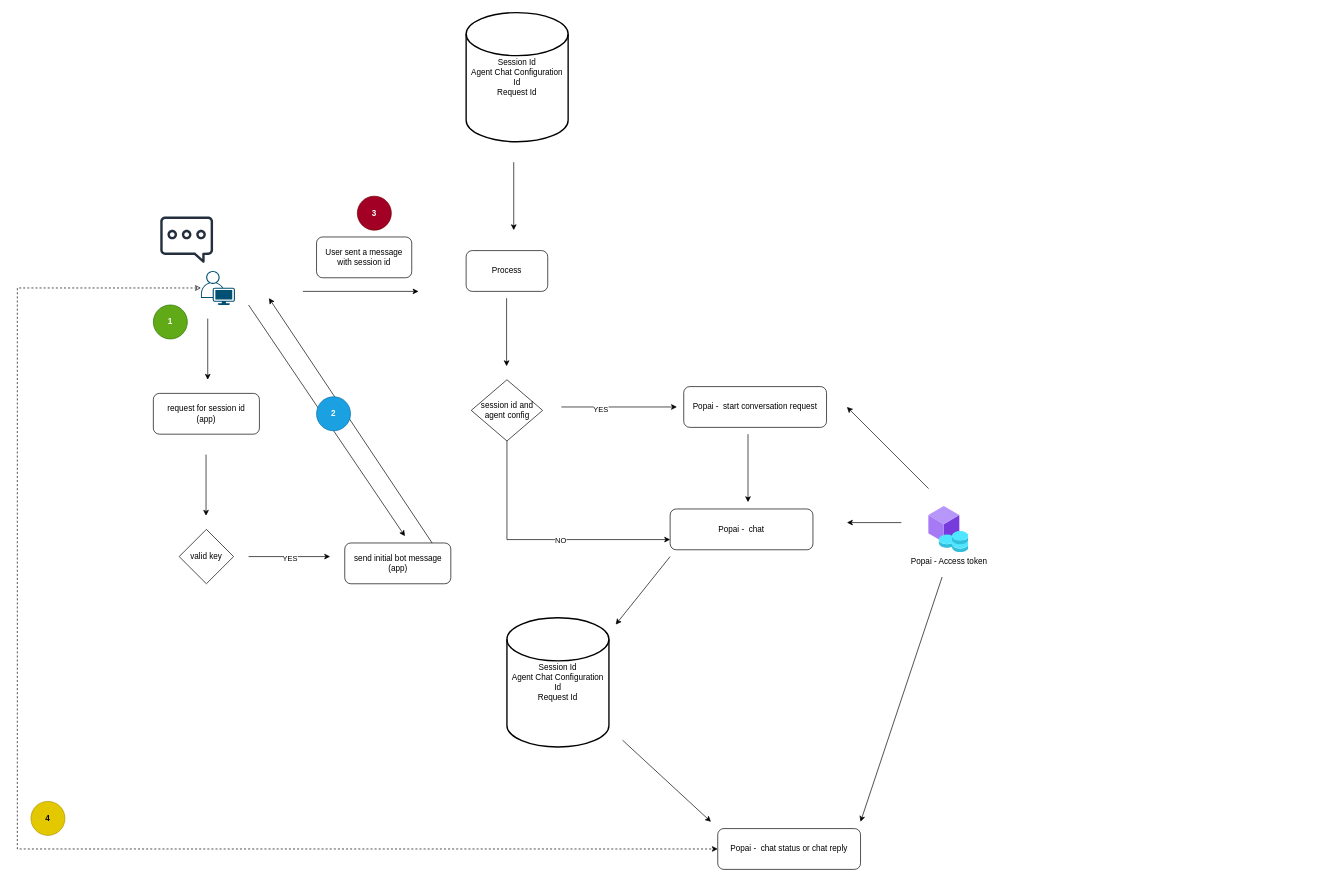
This is Web_Customer_Chatbot.drawio from jonreygalera/diagram, a draw.io file, before an edit. Source tidied: cells renumbered, new cells numbered last; positions are measured from the earlier drawing's top-left corner, leaving out a move shared by most shapes. Both pictures are drawn from the tidied source at 68%, with x=0, y=0 at pixel (17, 12).
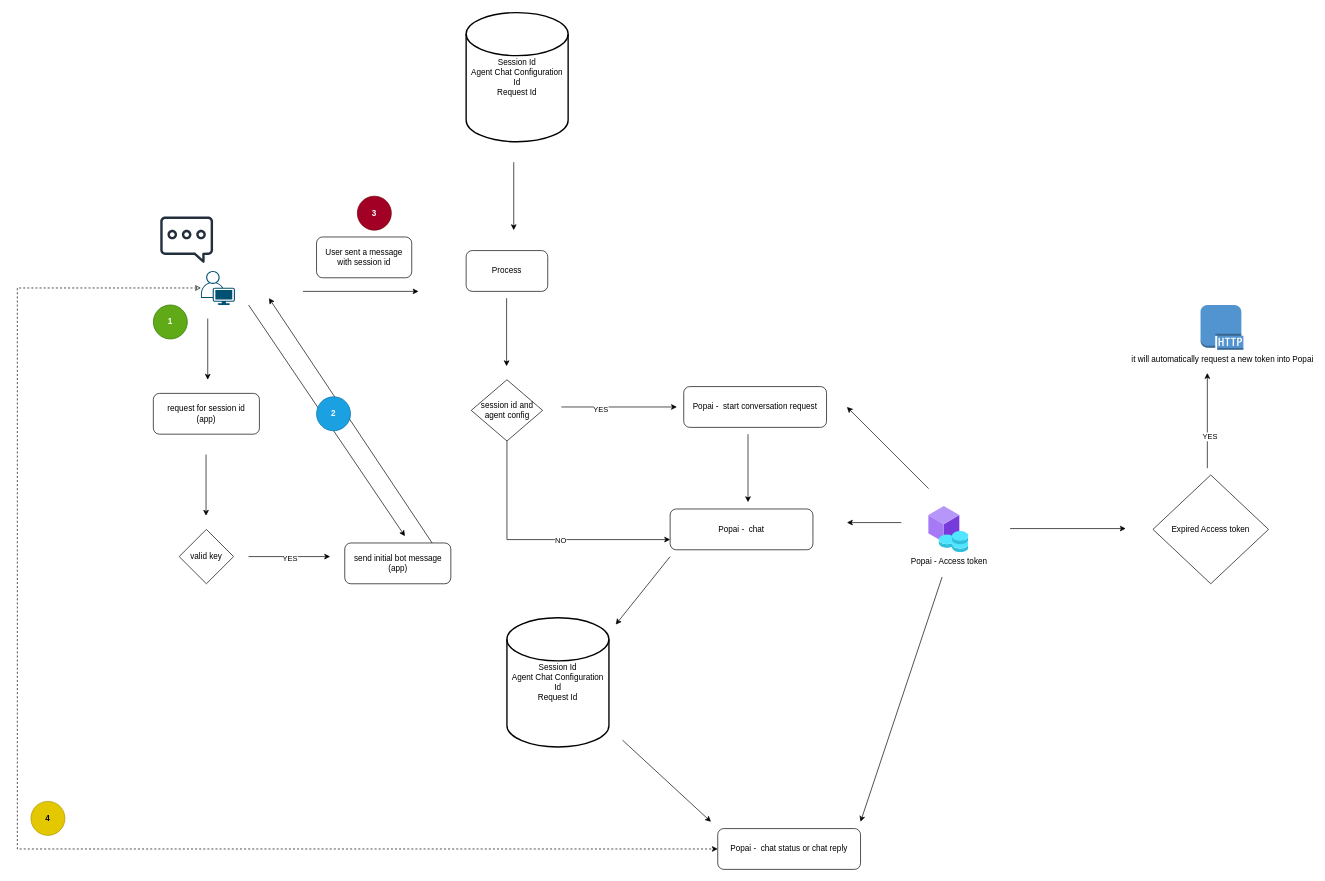
After the change.

What changed in the source:
```diff
@@
+    <mxCell id="40" value="Expired Access token" style="rhombus;whiteSpace=wrap;html=1;" parent="1" vertex="1">
+      <mxGeometry x="1670" y="680" width="170" height="160" as="geometry" />
+    </mxCell>
+    <mxCell id="41" style="endArrow=classic;html=1;rounded=0;" parent="1" edge="1">
+      <mxGeometry relative="1" as="geometry">
+        <mxPoint x="1460" y="758.8" as="sourcePoint" />
+        <mxPoint x="1630" y="758.8" as="targetPoint" />
+      </mxGeometry>
+    </mxCell>
+    <mxCell id="42" value="it will automatically request a new token into Popai" style="dashed=0;verticalLabelPosition=bottom;verticalAlign=top;align=center;html=1;shape=mxgraph.aws3.http_protocol;fillColor=#5294CF;gradientColor=none;" parent="1" vertex="1">
+      <mxGeometry x="1740" y="430" width="63" height="66" as="geometry" />
+    </mxCell>
+    <mxCell id="43" style="endArrow=classic;html=1;rounded=0;" parent="1" edge="1">
+      <mxGeometry relative="1" as="geometry">
+        <mxPoint x="1750" y="670" as="sourcePoint" />
+        <mxPoint x="1750" y="530" as="targetPoint" />
+      </mxGeometry>
+    </mxCell>
+    <mxCell id="44" value="YES" style="edgeLabel;html=1;align=center;verticalAlign=middle;" parent="43" vertex="1">
+      <mxGeometry x="-0.33" y="-3" relative="1" as="geometry" />
+    </mxCell>
```
